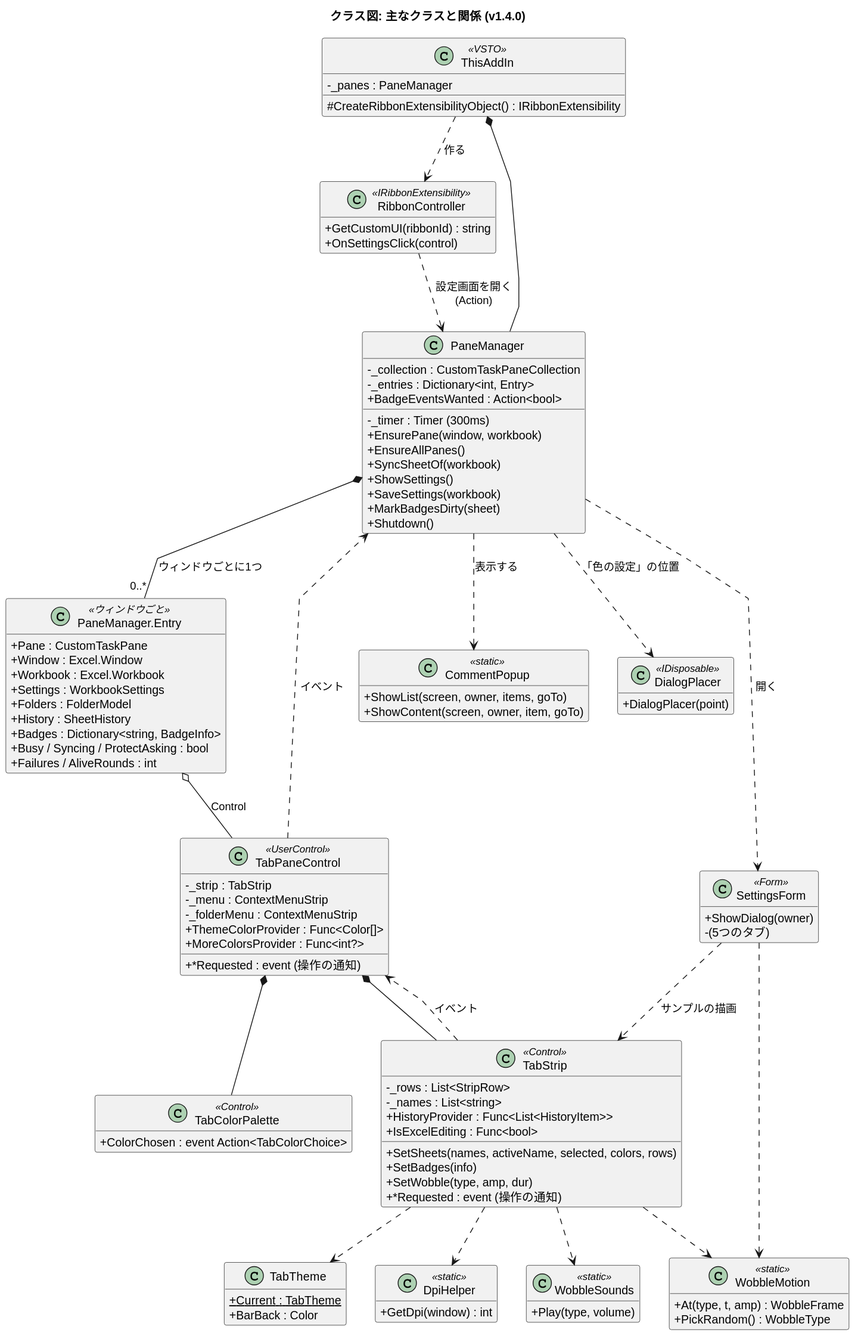
This is docs/class-structure.svg from nk-taka623/VerticalSheetTabs, a PlantUML export, as it was before one commit.
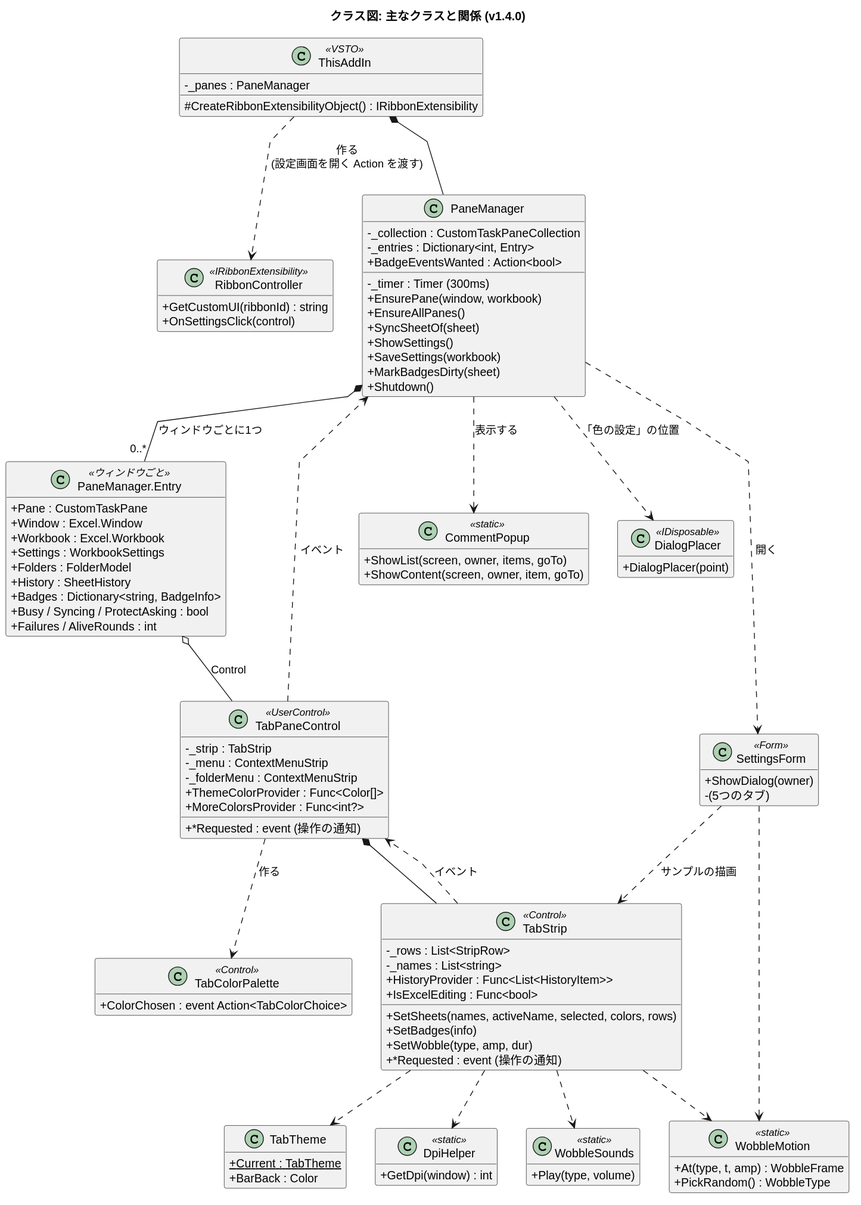
After the change.

The edit, as a diff of the source:
```diff
@@ -22,7 +22,7 @@
   +BadgeEventsWanted : Action<bool>
   +EnsurePane(window, workbook)
   +EnsureAllPanes()
-  +SyncSheetOf(workbook)
+  +SyncSheetOf(sheet)
   +ShowSettings()
   +SaveSettings(workbook)
   +MarkBadgesDirty(sheet)
@@ -98,12 +98,11 @@
 }
 
 ThisAddIn *-- PaneManager
-ThisAddIn ..> RibbonController : 作る
-RibbonController ..> PaneManager : 設定画面を開く\n(Action)
+ThisAddIn ..> RibbonController : 作る\n(設定画面を開く Action を渡す)
 PaneManager *-- "0..*" Entry : ウィンドウごとに1つ
 Entry o-- TabPaneControl : Control
 TabPaneControl *-- TabStrip
-TabPaneControl *-- TabColorPalette
+TabPaneControl ..> TabColorPalette : 作る
 TabStrip ..> TabPaneControl : イベント
 TabPaneControl ..> PaneManager : イベント
 PaneManager ..> SettingsForm : 開く
```
